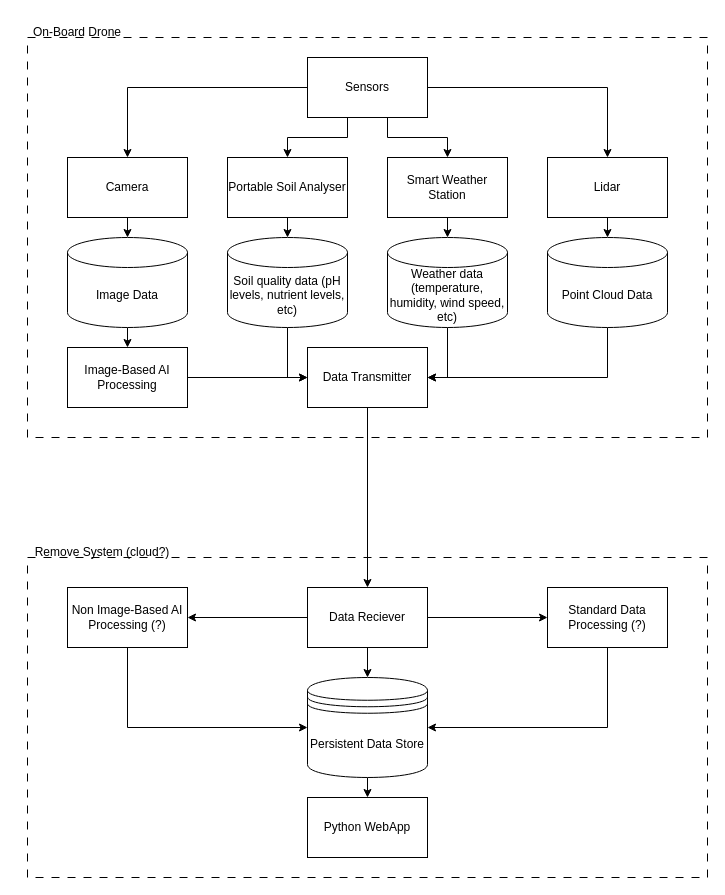
Xychic/GPIG_Project keeps this draw.io diagram as documentation/system_design/system_design_v1.drawio.xml. Above is the earlier version. Source tidied: cells renumbered, new cells numbered last; positions are measured from the earlier drawing's top-left corner, leaving out a move shared by most shapes. Both pictures are drawn from the tidied source at 100%, with x=0, y=0 at pixel (17, 17).
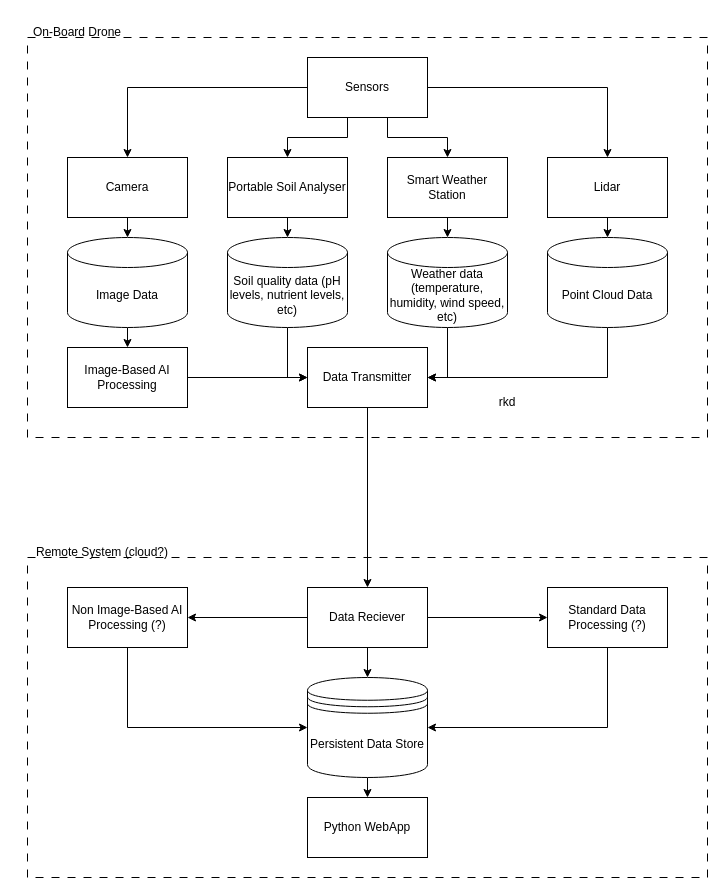
Above is the later version.

Commit message (it also covers changes not shown here):
bugfix/corrected_spelling

The edit, as a diff of the source:
```diff
@@
-    <mxCell id="26" value="Remove System (cloud?)" style="text;html=1;strokeColor=none;fillColor=none;align=center;verticalAlign=middle;whiteSpace=wrap;rounded=0;" parent="1" vertex="1">
+    <mxCell id="26" value="Remote System (cloud?)" style="text;html=1;strokeColor=none;fillColor=none;align=center;verticalAlign=middle;whiteSpace=wrap;rounded=0;" parent="1" vertex="1">
       <mxGeometry y="520" width="170" height="30" as="geometry" />
     </mxCell>
@@
+    <mxCell id="42" value="rkd" style="text;strokeColor=none;align=center;fillColor=none;html=1;verticalAlign=middle;whiteSpace=wrap;rounded=0;" parent="1" vertex="1">
+      <mxGeometry x="460" y="370" width="60" height="30" as="geometry" />
+    </mxCell>
```
